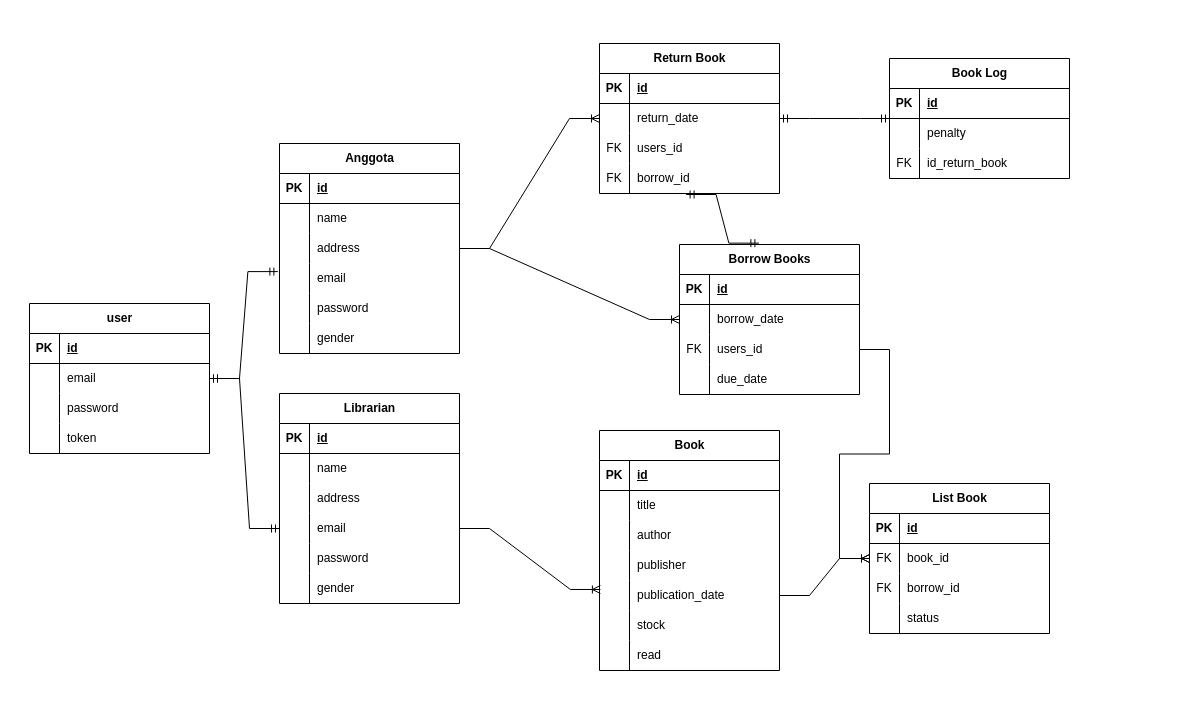
Above: page "Entity" (1 of 3) of Diagram Tanpa Judul.drawio in Syaal/library (draw.io), before the change. Source tidied: cells renumbered, new cells numbered last; positions are measured from the earlier drawing's top-left corner, leaving out a move shared by most shapes. Both pictures are drawn from the tidied source at 100%, with x=0, y=0 at pixel (17, 17).
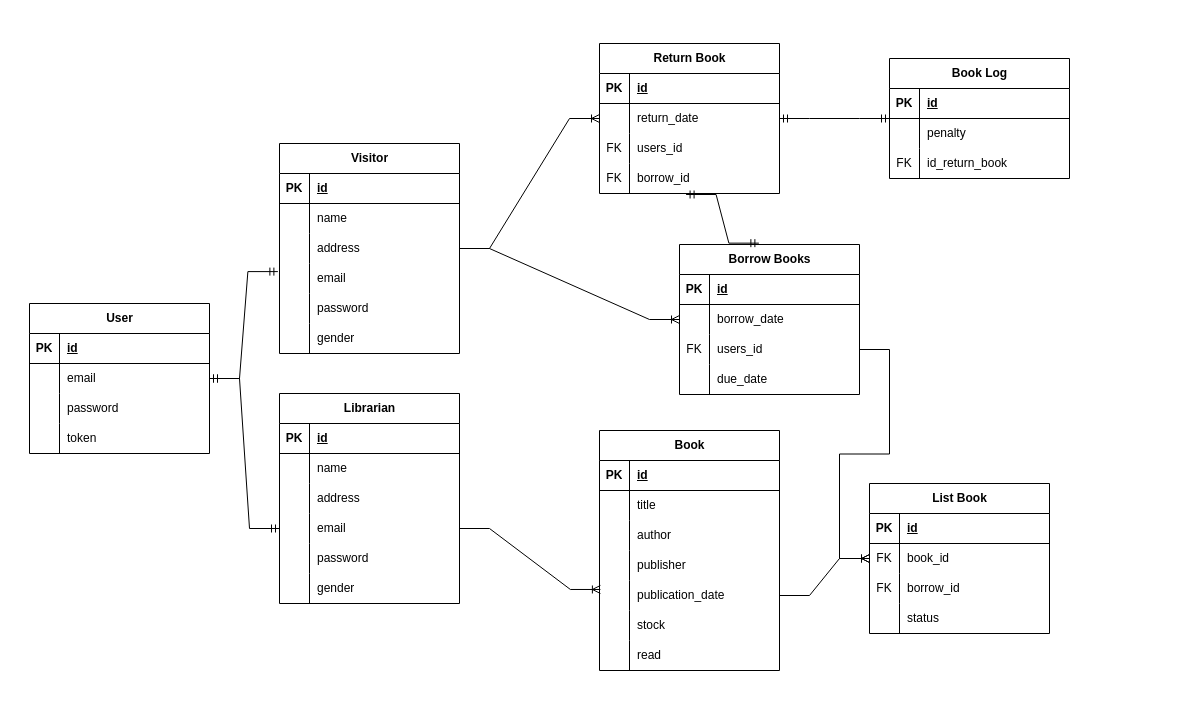
The same diagram, later.

Commit message:
ubah nama table

Diff of the diagram source:
```diff
@@
-    <mxCell id="25" value="Anggota" style="shape=table;startSize=30;childLayout=tableLayout;rowLines=0;fontStyle=1;align=center;html=1;" parent="1" vertex="1">
+    <mxCell id="25" value="Visitor" style="shape=table;startSize=30;childLayout=tableLayout;rowLines=0;fontStyle=1;align=center;html=1;" parent="1" vertex="1">
       <mxGeometry x="262" y="126" width="180" height="210" as="geometry" />
     </mxCell>
@@
-    <mxCell id="102" value="user" style="shape=table;startSize=30;childLayout=tableLayout;rowLines=0;fontStyle=1;align=center;html=1;" parent="1" vertex="1">
+    <mxCell id="102" value="User" style="shape=table;startSize=30;childLayout=tableLayout;rowLines=0;fontStyle=1;align=center;html=1;" parent="1" vertex="1">
       <mxGeometry x="12" y="286" width="180" height="150" as="geometry" />
     </mxCell>
```
